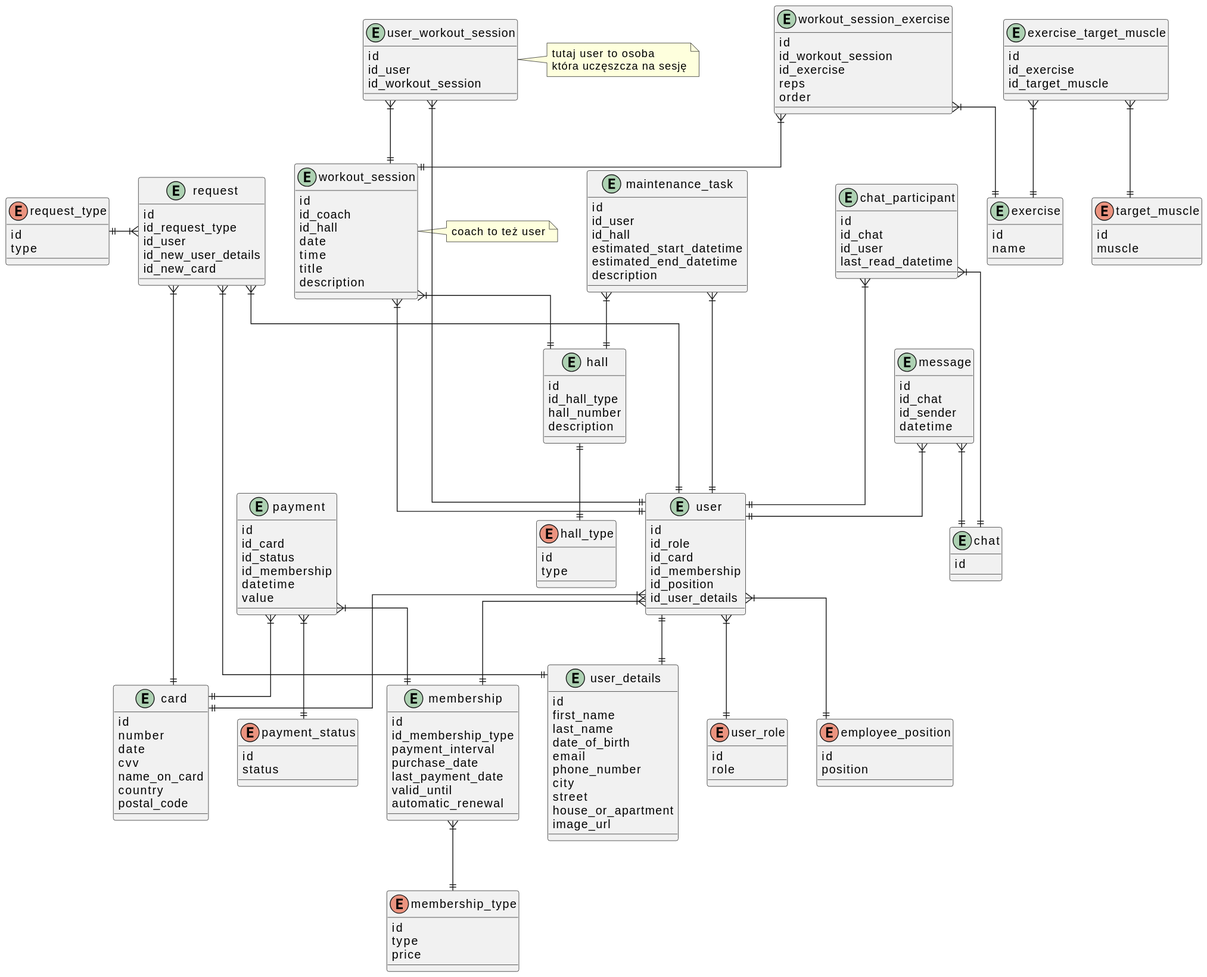
This is docs/model.svg from rafal11ck/gym-api, a PlantUML export, as it was before one commit.
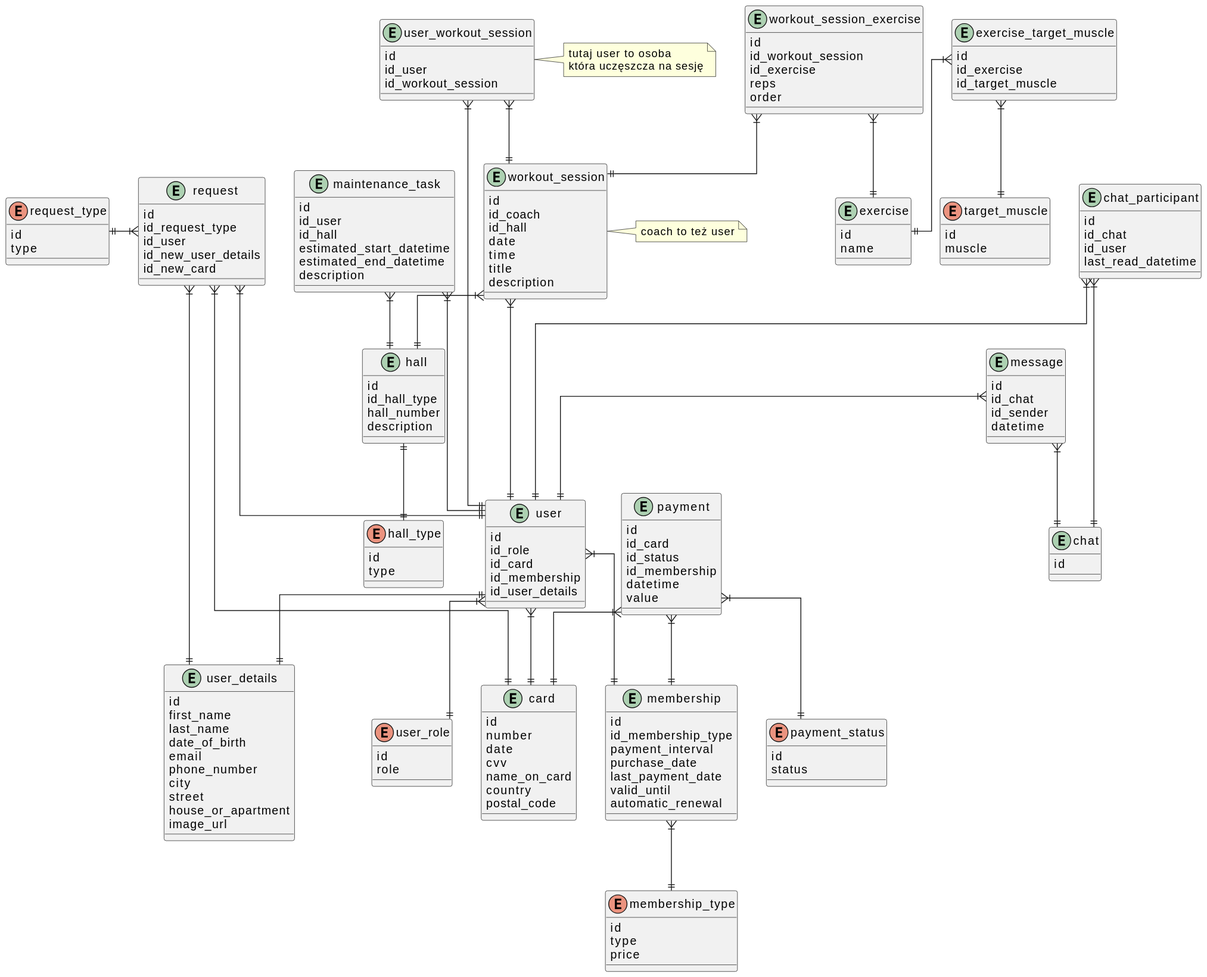
Above is the later version.

The edit, as a diff of the source:
```diff
@@ -6,10 +6,7 @@
     role
 }
 
-enum "employee_position" as employee_position {
-    id
-    position
-}
+
 
 
 entity "card" as card {
@@ -57,7 +54,6 @@
     id_role
     id_card
     id_membership
-    id_position
     id_user_details
 }
 
@@ -179,7 +175,6 @@
 user ||--|| user_details
 user }|--|| user_role
 user }|--|| membership
-user }|--|| employee_position
 user }|--|| card
 
 membership }|--|| membership_type
```
